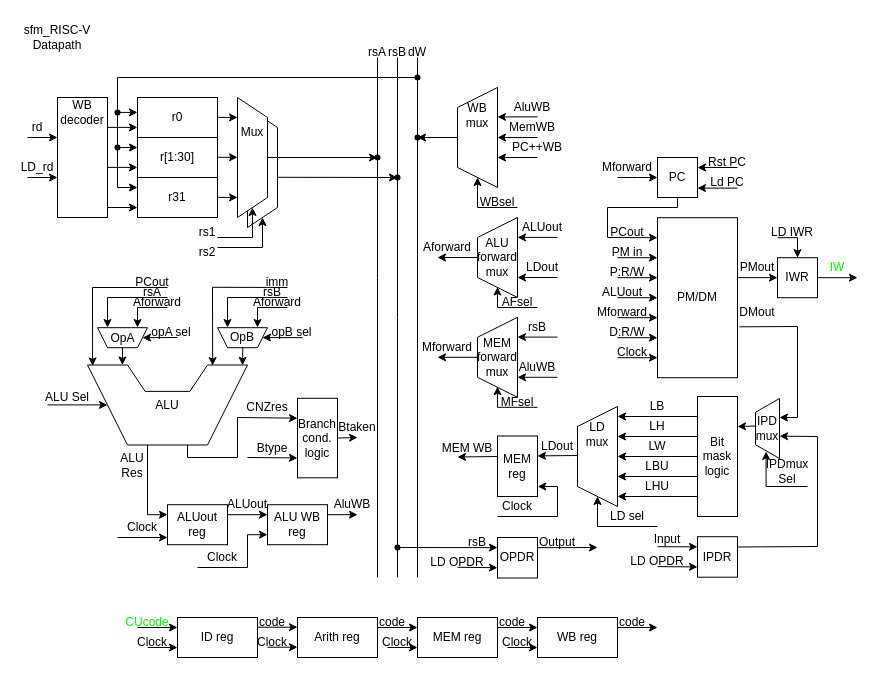
The draw.io diagram page "RISC-V_DataPath" (1 of 3) of Design_Docs/RISC-V_Schematics.drawio in sfm3112/sfm_RISC-V, before the edit. Source tidied: cells renumbered, new cells numbered last; positions are measured from the earlier drawing's top-left corner, leaving out a move shared by most shapes. Both pictures are drawn from the tidied source at 100%, with x=0, y=0 at pixel (17, 17).
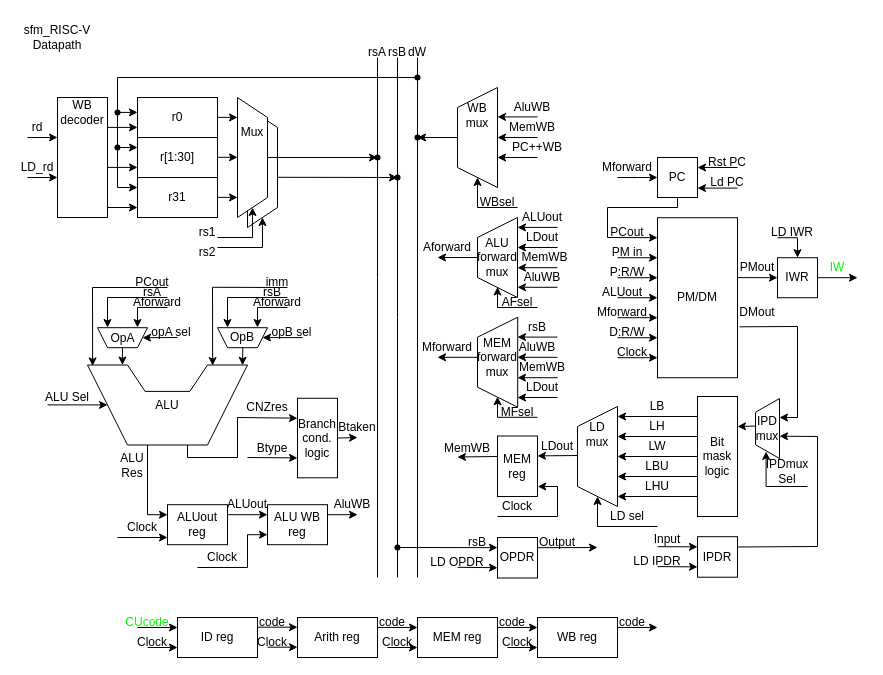
The same page after the edit.

The edit, as a diff of the source:
```diff
@@
-    <mxCell id="147" value="MEM WB" style="text;html=1;whiteSpace=wrap;strokeColor=none;fillColor=none;align=center;verticalAlign=middle;rounded=0;" parent="1" vertex="1">
+    <mxCell id="147" value="MemWB" style="text;html=1;whiteSpace=wrap;strokeColor=none;fillColor=none;align=center;verticalAlign=middle;rounded=0;" parent="1" vertex="1">
       <mxGeometry x="420" y="426" width="60" height="10" as="geometry" />
     </mxCell>
@@
-    <mxCell id="151" value="&lt;span style=&quot;color: light-dark(rgb(0, 0, 0), rgb(255, 0, 0));&quot;&gt;LD OPDR&lt;/span&gt;" style="text;html=1;whiteSpace=wrap;strokeColor=none;fillColor=none;align=center;verticalAlign=middle;rounded=0;labelBackgroundColor=none;" parent="1" vertex="1">
+    <mxCell id="151" value="&lt;span style=&quot;color: light-dark(rgb(0, 0, 0), rgb(255, 0, 0));&quot;&gt;LD IPDR&lt;/span&gt;" style="text;html=1;whiteSpace=wrap;strokeColor=none;fillColor=none;align=center;verticalAlign=middle;rounded=0;labelBackgroundColor=none;" parent="1" vertex="1">
       <mxGeometry x="610" y="539.2" width="60" height="10" as="geometry" />
     </mxCell>
@@
     <mxCell id="200" style="endArrow=classic;html=1;rounded=0;entryX=0.5;entryY=1;entryDx=0;entryDy=0;" parent="1" edge="1">
       <mxGeometry relative="1" as="geometry">
-        <mxPoint x="540" y="219.9" as="sourcePoint" />
-        <mxPoint x="500" y="219.9" as="targetPoint" />
+        <mxPoint x="540" y="209.9" as="sourcePoint" />
+        <mxPoint x="500" y="209.9" as="targetPoint" />
       </mxGeometry>
     </mxCell>
     <mxCell id="201" style="endArrow=classic;html=1;rounded=0;entryX=0.5;entryY=1;entryDx=0;entryDy=0;" parent="1" edge="1">
       <mxGeometry relative="1" as="geometry">
-        <mxPoint x="540" y="260" as="sourcePoint" />
-        <mxPoint x="500" y="260" as="targetPoint" />
+        <mxPoint x="540" y="230" as="sourcePoint" />
+        <mxPoint x="500" y="230" as="targetPoint" />
       </mxGeometry>
     </mxCell>
@@
     <mxCell id="205" value="LDout" style="text;html=1;whiteSpace=wrap;strokeColor=none;fillColor=none;align=center;verticalAlign=middle;rounded=0;" parent="1" vertex="1">
-      <mxGeometry x="510" y="240" width="30" height="20" as="geometry" />
+      <mxGeometry x="510" y="210" width="30" height="20" as="geometry" />
     </mxCell>
     <mxCell id="206" value="ALUout" style="text;html=1;whiteSpace=wrap;strokeColor=none;fillColor=none;align=center;verticalAlign=middle;rounded=0;" parent="1" vertex="1">
-      <mxGeometry x="505" y="200" width="40" height="20" as="geometry" />
+      <mxGeometry x="505" y="190" width="40" height="20" as="geometry" />
     </mxCell>
@@
     <mxCell id="209" value="AluWB" style="text;html=1;whiteSpace=wrap;strokeColor=none;fillColor=none;align=center;verticalAlign=middle;rounded=0;" parent="1" vertex="1">
-      <mxGeometry x="500" y="339.8" width="40" height="20" as="geometry" />
+      <mxGeometry x="500" y="319.8" width="40" height="20" as="geometry" />
     </mxCell>
@@
     <mxCell id="211" style="shape=trapezoid;perimeter=trapezoidPerimeter;whiteSpace=wrap;html=1;fixedSize=1;fillColor=none;rotation=-90;labelBackgroundColor=none;rounded=0;" parent="1" vertex="1">
-      <mxGeometry x="440" y="319.8" width="80" height="40" as="geometry" />
+      <mxGeometry x="435.1" y="324.6" width="90" height="40.2" as="geometry" />
     </mxCell>
@@
     <mxCell id="213" style="endArrow=classic;html=1;rounded=0;entryX=0.5;entryY=1;entryDx=0;entryDy=0;" parent="1" edge="1">
       <mxGeometry relative="1" as="geometry">
-        <mxPoint x="540" y="359.8" as="sourcePoint" />
-        <mxPoint x="500" y="359.8" as="targetPoint" />
+        <mxPoint x="540" y="339.8" as="sourcePoint" />
+        <mxPoint x="500" y="339.8" as="targetPoint" />
       </mxGeometry>
     </mxCell>
     <mxCell id="214" style="endArrow=classic;html=1;rounded=0;entryX=0;entryY=0.5;entryDx=0;entryDy=0;exitX=1;exitY=1;exitDx=0;exitDy=0;" parent="1" edge="1">
       <mxGeometry relative="1" as="geometry">
-        <mxPoint x="520" y="389.8" as="sourcePoint" />
-        <mxPoint x="480" y="369.2" as="targetPoint" />
+        <mxPoint x="520" y="399.8" as="sourcePoint" />
+        <mxPoint x="480" y="379.2" as="targetPoint" />
         <Array as="points">
-          <mxPoint x="480" y="389.8" />
+          <mxPoint x="480" y="399.8" />
         </Array>
       </mxGeometry>
     </mxCell>
@@
     <mxCell id="216" value="MFsel" style="text;html=1;whiteSpace=wrap;strokeColor=none;fillColor=none;align=center;verticalAlign=middle;rounded=0;fontColor=light-dark(#000000,#FF0000);" parent="1" vertex="1">
-      <mxGeometry x="480" y="379.8" width="40" height="10" as="geometry" />
+      <mxGeometry x="480" y="389.8" width="40" height="10" as="geometry" />
     </mxCell>
@@
+    <mxCell id="232" style="endArrow=classic;html=1;rounded=0;entryX=0.5;entryY=1;entryDx=0;entryDy=0;" parent="1" edge="1">
+      <mxGeometry relative="1" as="geometry">
+        <mxPoint x="540" y="360.2" as="sourcePoint" />
+        <mxPoint x="500" y="360.2" as="targetPoint" />
+      </mxGeometry>
+    </mxCell>
+    <mxCell id="233" value="MemWB" style="text;html=1;whiteSpace=wrap;strokeColor=none;fillColor=none;align=center;verticalAlign=middle;rounded=0;" parent="1" vertex="1">
+      <mxGeometry x="500" y="339.8" width="50" height="20" as="geometry" />
+    </mxCell>
+    <mxCell id="234" style="endArrow=classic;html=1;rounded=0;entryX=0.5;entryY=1;entryDx=0;entryDy=0;" parent="1" edge="1">
+      <mxGeometry relative="1" as="geometry">
+        <mxPoint x="540" y="250.2" as="sourcePoint" />
+        <mxPoint x="500" y="250.2" as="targetPoint" />
+      </mxGeometry>
+    </mxCell>
+    <mxCell id="235" value="MemWB" style="text;html=1;whiteSpace=wrap;strokeColor=none;fillColor=none;align=center;verticalAlign=middle;rounded=0;" parent="1" vertex="1">
+      <mxGeometry x="505" y="229.5" width="45" height="20" as="geometry" />
+    </mxCell>
+    <mxCell id="236" style="endArrow=classic;html=1;rounded=0;entryX=0.5;entryY=1;entryDx=0;entryDy=0;" parent="1" edge="1">
+      <mxGeometry relative="1" as="geometry">
+        <mxPoint x="540" y="269.8" as="sourcePoint" />
+        <mxPoint x="500" y="269.8" as="targetPoint" />
+      </mxGeometry>
+    </mxCell>
+    <mxCell id="237" value="AluWB" style="text;html=1;whiteSpace=wrap;strokeColor=none;fillColor=none;align=center;verticalAlign=middle;rounded=0;" parent="1" vertex="1">
+      <mxGeometry x="500" y="249.5" width="50" height="20" as="geometry" />
+    </mxCell>
+    <mxCell id="238" value="LDout" style="text;html=1;whiteSpace=wrap;strokeColor=none;fillColor=none;align=center;verticalAlign=middle;rounded=0;" parent="1" vertex="1">
+      <mxGeometry x="500" y="360.2" width="50" height="19.2" as="geometry" />
+    </mxCell>
+    <mxCell id="239" style="endArrow=classic;html=1;rounded=0;entryX=0.5;entryY=1;entryDx=0;entryDy=0;" parent="1" edge="1">
+      <mxGeometry relative="1" as="geometry">
+        <mxPoint x="540" y="380" as="sourcePoint" />
+        <mxPoint x="500" y="380" as="targetPoint" />
+      </mxGeometry>
+    </mxCell>
```
